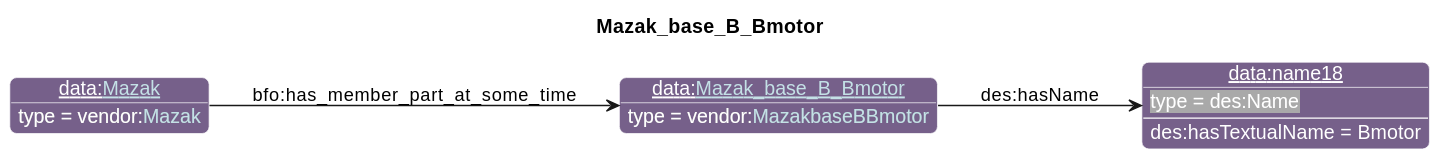
Above: diagrams/Mazak_base_B_Bmotor.svg in iofoundry/example-syseng-mtconnect (PlantUML), before the change. The source it was exported from:
```plantuml
@startuml
!include ../iof.iuml

<style>
object {
  HyperlinkColor #C4E1E6
}
</style>

left to right direction
skinparam linetype polyline
title Mazak_base_B_Bmotor

!$default_direction = down

!$namespace_colors = { "bfo":"DFA702",
                      "iof":"1E90FF",
                      "ns":"Green",
                      "ns1":"76608A",
                      "core":"000000",
                      "ex":"Green",
                      "data":"76608A",
                      "vendor":"76608A",
                      "units":"8A2D3B",
                      "cmns-dsg":"3A0519",
                      "qp":"641B2E"
      }
individual(o0, data:[[./Mazak_base_B_Bmotor.html Mazak_base_B_Bmotor]], vendor:[[../Mazak.html#MazakbaseBBmotor MazakbaseBBmotor]])
individual(o1, data:name18, des:Name)
individual(o2, data:[[./Mazak.html Mazak]], vendor:[[../Mazak.html#Mazak Mazak]])
property(o0, "des:hasName", o1)
data(o1, "des:hasTextualName", "Bmotor")
property(o2, "bfo:has_member_part_at_some_time", o0)
@enduml
```
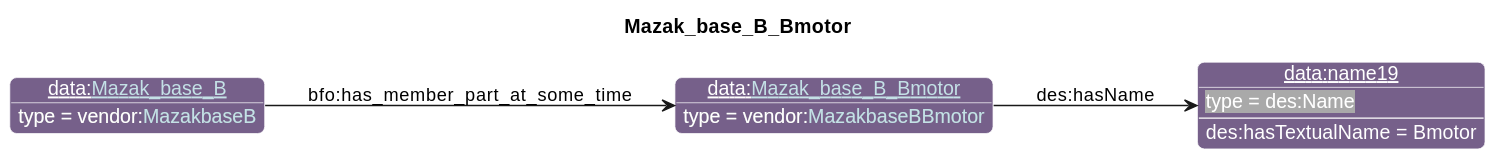
The same diagram one commit later.

What changed in the source:
```diff
@@ -26,8 +26,8 @@
                       "qp":"641B2E"
       }
 individual(o0, data:[[./Mazak_base_B_Bmotor.html Mazak_base_B_Bmotor]], vendor:[[../Mazak.html#MazakbaseBBmotor MazakbaseBBmotor]])
-individual(o1, data:name18, des:Name)
-individual(o2, data:[[./Mazak.html Mazak]], vendor:[[../Mazak.html#Mazak Mazak]])
+individual(o1, data:name19, des:Name)
+individual(o2, data:[[./Mazak_base_B.html Mazak_base_B]], vendor:[[../Mazak.html#MazakbaseB MazakbaseB]])
 property(o0, "des:hasName", o1)
 data(o1, "des:hasTextualName", "Bmotor")
 property(o2, "bfo:has_member_part_at_some_time", o0)
```
